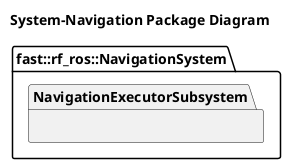
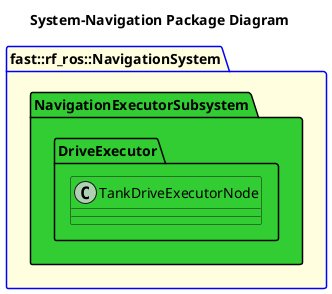
@startuml
title System-Navigation Package Diagram
- namespace fast::rf_ros::NavigationSystem {
-     namespace NavigationExecutorSubsystem {
- 
+ package fast::rf_ros::NavigationSystem #LightYellow;line:blue {
+     namespace NavigationExecutorSubsystem #LimeGreen {
+         namespace DriveExecutor #LimeGreen {
+                  class TankDriveExecutorNode #LimeGreen {}
+         }
    }
}
@enduml